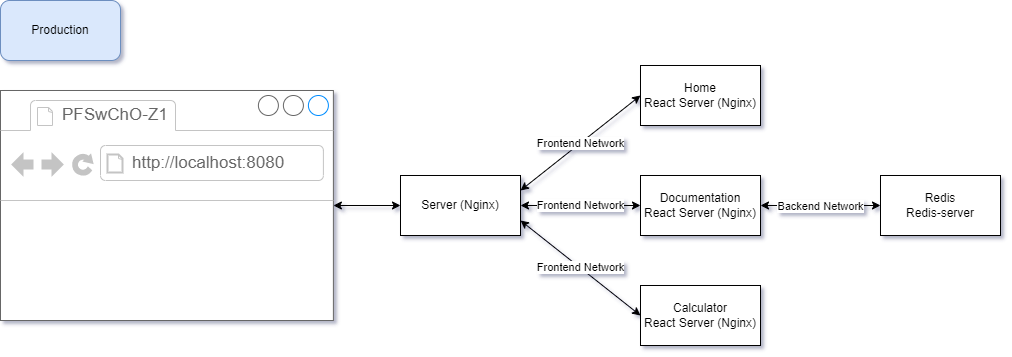
This is documentation/public/diagram.png from sz3jdii/PFSwChO_Z_1, a draw.io export, as it was before one commit. Source tidied: cells renumbered, new cells last; positions are measured from the earlier drawing's top-left corner, leaving out a move shared by most shapes. The source it was exported from:
```xml
<mxGraphModel>
  <root>
    <mxCell id="0" />
    <mxCell id="1" parent="0" />
    <mxCell id="2" style="strokeWidth=1;shadow=0;dashed=0;align=center;html=1;shape=mxgraph.mockup.containers.browserWindow;rSize=0;strokeColor=#666666;strokeColor2=#008cff;strokeColor3=#c4c4c4;mainText=,;" parent="1" vertex="1">
      <mxGeometry y="90" width="332.9" height="230" as="geometry" />
    </mxCell>
    <mxCell id="3" value="PFSwChO-Z1" style="strokeWidth=1;shadow=0;dashed=0;align=center;html=1;shape=mxgraph.mockup.containers.anchor;fontSize=17;fontColor=#666666;align=left;" parent="2" vertex="1">
      <mxGeometry x="60" y="12" width="110" height="26" as="geometry" />
    </mxCell>
    <mxCell id="4" value="http://localhost:8080" style="strokeWidth=1;shadow=0;dashed=0;align=center;html=1;shape=mxgraph.mockup.containers.anchor;rSize=0;fontSize=17;fontColor=#666666;align=left;" parent="2" vertex="1">
      <mxGeometry x="130" y="60" width="250" height="26" as="geometry" />
    </mxCell>
    <mxCell id="5" value="Server (Nginx)" style="rounded=0;whiteSpace=wrap;html=1;" parent="1" vertex="1">
      <mxGeometry x="400" y="175" width="120" height="60" as="geometry" />
    </mxCell>
    <mxCell id="6" style="endArrow=classic;startArrow=classic;html=1;rounded=0;entryX=0;entryY=0.5;entryDx=0;entryDy=0;" parent="1" edge="1" source="2" target="5">
      <mxGeometry relative="1" as="geometry" />
    </mxCell>
    <mxCell id="7" value="Home&lt;br&gt;React Server (Nginx)" style="rounded=0;whiteSpace=wrap;html=1;" parent="1" vertex="1">
      <mxGeometry x="640" y="65" width="120" height="60" as="geometry" />
    </mxCell>
    <mxCell id="8" value="&lt;span&gt;Documentation&lt;br&gt;React Server (Nginx)&lt;/span&gt;" style="rounded=0;whiteSpace=wrap;html=1;" parent="1" vertex="1">
      <mxGeometry x="640" y="175" width="120" height="60" as="geometry" />
    </mxCell>
    <mxCell id="9" value="&lt;span&gt;Calculator&lt;br&gt;React Server (Nginx)&lt;/span&gt;" style="rounded=0;whiteSpace=wrap;html=1;" parent="1" vertex="1">
      <mxGeometry x="640" y="285" width="120" height="60" as="geometry" />
    </mxCell>
    <mxCell id="10" value="Frontend Network" style="endArrow=classic;startArrow=classic;html=1;rounded=0;entryX=0;entryY=0.5;entryDx=0;entryDy=0;exitX=1;exitY=0.25;exitDx=0;exitDy=0;" parent="1" edge="1" source="5" target="7">
      <mxGeometry relative="1" as="geometry" />
    </mxCell>
    <mxCell id="11" value="Frontend Network" style="endArrow=classic;startArrow=classic;html=1;rounded=0;entryX=0;entryY=0.5;entryDx=0;entryDy=0;exitX=1;exitY=0.75;exitDx=0;exitDy=0;" parent="1" edge="1" source="5" target="9">
      <mxGeometry relative="1" as="geometry" />
    </mxCell>
    <mxCell id="12" value="Frontend Network" style="endArrow=classic;startArrow=classic;html=1;rounded=0;entryX=0;entryY=0.5;entryDx=0;entryDy=0;exitX=1;exitY=0.5;exitDx=0;exitDy=0;" parent="1" edge="1" source="5" target="8">
      <mxGeometry relative="1" as="geometry" />
    </mxCell>
    <mxCell id="13" style="endArrow=classic;startArrow=classic;html=1;rounded=0;exitX=1;exitY=0.5;exitDx=0;exitDy=0;" parent="1" edge="1" source="8">
      <mxGeometry relative="1" as="geometry">
        <mxPoint x="880" y="205" as="targetPoint" />
      </mxGeometry>
    </mxCell>
    <mxCell id="14" value="Backend Network" style="edgeLabel;html=1;align=center;verticalAlign=middle;" parent="13" vertex="1">
      <mxGeometry x="-0.26" y="-1" relative="1" as="geometry">
        <mxPoint x="15" y="-1" as="offset" />
      </mxGeometry>
    </mxCell>
    <mxCell id="15" value="Redis&lt;br&gt;Redis-server" style="rounded=0;whiteSpace=wrap;html=1;" parent="1" vertex="1">
      <mxGeometry x="880" y="175" width="120" height="60" as="geometry" />
    </mxCell>
    <mxCell id="16" value="Production" style="rounded=1;whiteSpace=wrap;html=1;fillColor=#dae8fc;strokeColor=#6c8ebf;" parent="1" vertex="1">
      <mxGeometry width="120" height="60" as="geometry" />
    </mxCell>
  </root>
</mxGraphModel>
```
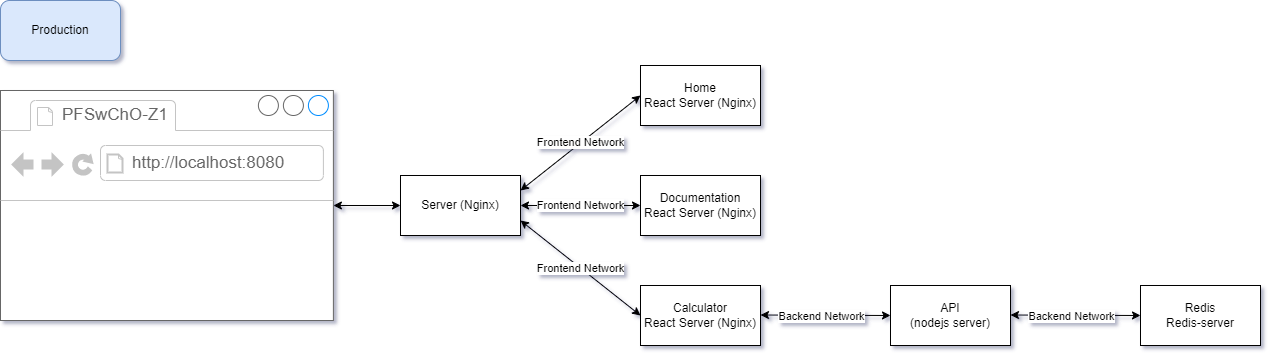
After the commit.

The edit, as a diff of the source:
```diff
@@ -35,21 +35,36 @@
     <mxCell id="12" value="Frontend Network" style="endArrow=classic;startArrow=classic;html=1;rounded=0;entryX=0;entryY=0.5;entryDx=0;entryDy=0;exitX=1;exitY=0.5;exitDx=0;exitDy=0;" parent="1" edge="1" source="5" target="8">
       <mxGeometry relative="1" as="geometry" />
     </mxCell>
-    <mxCell id="13" style="endArrow=classic;startArrow=classic;html=1;rounded=0;exitX=1;exitY=0.5;exitDx=0;exitDy=0;" parent="1" edge="1" source="8">
+    <mxCell id="13" style="endArrow=classic;startArrow=classic;html=1;rounded=0;exitX=1;exitY=0.5;exitDx=0;exitDy=0;" parent="1" edge="1">
       <mxGeometry relative="1" as="geometry">
-        <mxPoint x="880" y="205" as="targetPoint" />
+        <mxPoint x="760" y="314.5" as="sourcePoint" />
+        <mxPoint x="890" y="315" as="targetPoint" />
       </mxGeometry>
     </mxCell>
     <mxCell id="14" value="Backend Network" style="edgeLabel;html=1;align=center;verticalAlign=middle;" parent="13" vertex="1">
       <mxGeometry x="-0.26" y="-1" relative="1" as="geometry">
-        <mxPoint x="15" y="-1" as="offset" />
+        <mxPoint x="13" as="offset" />
       </mxGeometry>
     </mxCell>
     <mxCell id="15" value="Redis&lt;br&gt;Redis-server" style="rounded=0;whiteSpace=wrap;html=1;" parent="1" vertex="1">
-      <mxGeometry x="880" y="175" width="120" height="60" as="geometry" />
+      <mxGeometry x="1140" y="285" width="120" height="60" as="geometry" />
     </mxCell>
     <mxCell id="16" value="Production" style="rounded=1;whiteSpace=wrap;html=1;fillColor=#dae8fc;strokeColor=#6c8ebf;" parent="1" vertex="1">
       <mxGeometry width="120" height="60" as="geometry" />
     </mxCell>
+    <mxCell id="17" value="API&lt;br&gt;(nodejs server)" style="rounded=0;whiteSpace=wrap;html=1;" parent="1" vertex="1">
+      <mxGeometry x="890" y="285" width="120" height="60" as="geometry" />
+    </mxCell>
+    <mxCell id="18" style="endArrow=classic;startArrow=classic;html=1;rounded=0;exitX=1;exitY=0.5;exitDx=0;exitDy=0;" parent="1" edge="1">
+      <mxGeometry relative="1" as="geometry">
+        <mxPoint x="1010" y="314.5" as="sourcePoint" />
+        <mxPoint x="1140" y="315" as="targetPoint" />
+      </mxGeometry>
+    </mxCell>
+    <mxCell id="19" value="Backend Network" style="edgeLabel;html=1;align=center;verticalAlign=middle;" parent="18" vertex="1">
+      <mxGeometry x="-0.26" y="-1" relative="1" as="geometry">
+        <mxPoint x="13" as="offset" />
+      </mxGeometry>
+    </mxCell>
   </root>
 </mxGraphModel>
```
